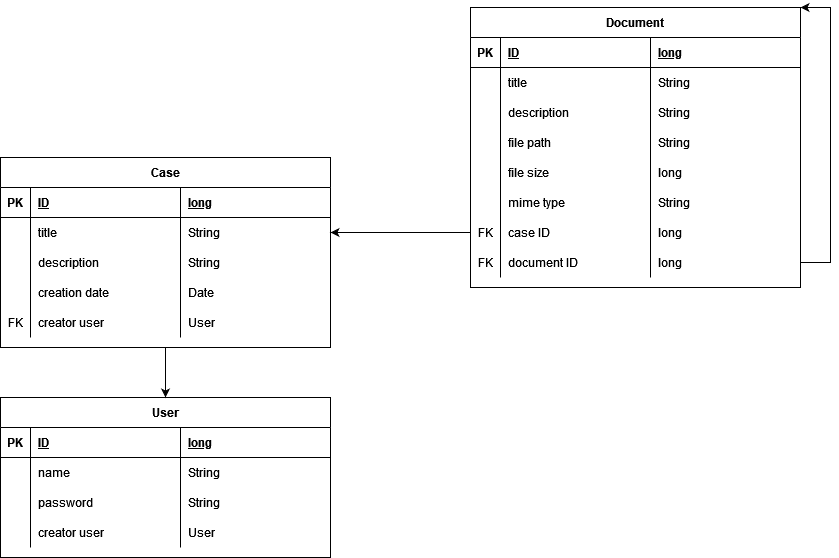
The draw.io diagram Models/models.drawio.png in EvalVis/Data-storage-simulator, before a commit. Source tidied: cells renumbered, new cells last; positions are measured from the earlier drawing's top-left corner, leaving out a move shared by most shapes.
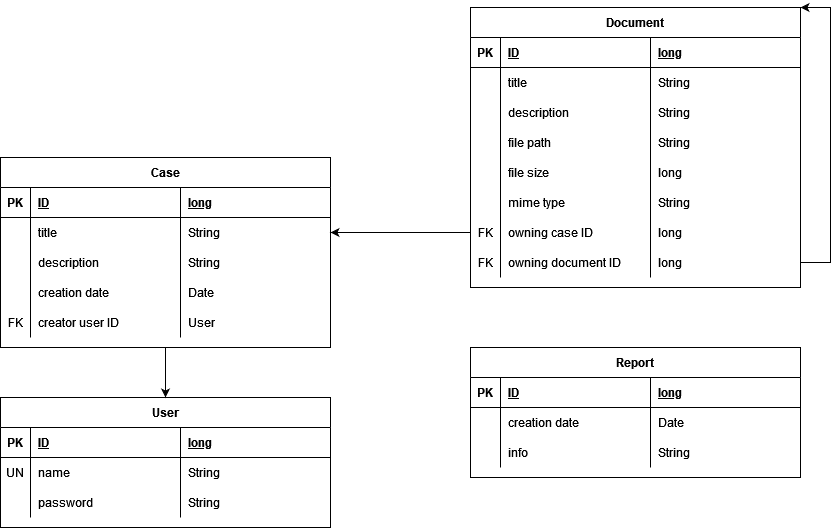
Above is the later version.

What changed in the source:
```diff
@@ -59,7 +59,7 @@
     <mxCell id="20" value="FK" style="shape=partialRectangle;fillColor=none;top=0;left=0;bottom=0;right=0;overflow=hidden;" parent="19" vertex="1">
       <mxGeometry width="30" height="30" as="geometry" />
     </mxCell>
-    <mxCell id="21" value="creator user" style="shape=partialRectangle;fillColor=none;top=0;left=0;bottom=0;right=0;align=left;spacingLeft=6;overflow=hidden;" parent="19" vertex="1">
+    <mxCell id="21" value="creator user ID" style="shape=partialRectangle;fillColor=none;top=0;left=0;bottom=0;right=0;align=left;spacingLeft=6;overflow=hidden;" parent="19" vertex="1">
       <mxGeometry x="30" width="150" height="30" as="geometry" />
     </mxCell>
     <mxCell id="22" value="User" style="shape=partialRectangle;fillColor=none;top=0;left=0;bottom=0;right=0;align=left;spacingLeft=6;overflow=hidden;" parent="19" vertex="1">
@@ -146,7 +146,7 @@
     <mxCell id="49" value="FK" style="shape=partialRectangle;fillColor=none;top=0;left=0;bottom=0;right=0;overflow=hidden;" parent="48" vertex="1">
       <mxGeometry width="30" height="30" as="geometry" />
     </mxCell>
-    <mxCell id="50" value="case ID" style="shape=partialRectangle;fillColor=none;top=0;left=0;bottom=0;right=0;align=left;spacingLeft=6;overflow=hidden;" parent="48" vertex="1">
+    <mxCell id="50" value="owning case ID" style="shape=partialRectangle;fillColor=none;top=0;left=0;bottom=0;right=0;align=left;spacingLeft=6;overflow=hidden;" parent="48" vertex="1">
       <mxGeometry x="30" width="150" height="30" as="geometry" />
     </mxCell>
     <mxCell id="51" value="long" style="shape=partialRectangle;fillColor=none;top=0;left=0;bottom=0;right=0;align=left;spacingLeft=6;overflow=hidden;" parent="48" vertex="1">
@@ -158,7 +158,7 @@
     <mxCell id="53" value="FK" style="shape=partialRectangle;fillColor=none;top=0;left=0;bottom=0;right=0;overflow=hidden;" parent="52" vertex="1">
       <mxGeometry width="30" height="30" as="geometry" />
     </mxCell>
-    <mxCell id="54" value="document ID" style="shape=partialRectangle;fillColor=none;top=0;left=0;bottom=0;right=0;align=left;spacingLeft=6;overflow=hidden;" parent="52" vertex="1">
+    <mxCell id="54" value="owning document ID" style="shape=partialRectangle;fillColor=none;top=0;left=0;bottom=0;right=0;align=left;spacingLeft=6;overflow=hidden;" parent="52" vertex="1">
       <mxGeometry x="30" width="150" height="30" as="geometry" />
     </mxCell>
     <mxCell id="55" value="long" style="shape=partialRectangle;fillColor=none;top=0;left=0;bottom=0;right=0;align=left;spacingLeft=6;overflow=hidden;" parent="52" vertex="1">
@@ -176,7 +176,7 @@
       <mxGeometry relative="1" as="geometry" />
     </mxCell>
     <mxCell id="58" value="User" style="shape=table;startSize=30;rowLines=0;fontStyle=1;align=center;" parent="1" vertex="1">
-      <mxGeometry y="390" width="330" height="160" as="geometry" />
+      <mxGeometry y="390" width="330" height="130" as="geometry" />
     </mxCell>
     <mxCell id="59" style="shape=tableRow;horizontal=0;startSize=0;swimlaneHead=0;swimlaneBody=0;fillColor=none;top=0;left=0;right=0;bottom=1;" parent="58" vertex="1">
       <mxGeometry y="30" width="330" height="30" as="geometry" />
@@ -193,7 +193,7 @@
     <mxCell id="63" style="shape=tableRow;horizontal=0;startSize=0;swimlaneHead=0;swimlaneBody=0;fillColor=none;top=0;left=0;right=0;bottom=0;" parent="58" vertex="1">
       <mxGeometry y="60" width="330" height="30" as="geometry" />
     </mxCell>
-    <mxCell id="64" style="shape=partialRectangle;fillColor=none;top=0;left=0;bottom=0;right=0;overflow=hidden;" parent="63" vertex="1">
+    <mxCell id="64" value="UN" style="shape=partialRectangle;fillColor=none;top=0;left=0;bottom=0;right=0;overflow=hidden;" parent="63" vertex="1">
       <mxGeometry width="30" height="30" as="geometry" />
     </mxCell>
     <mxCell id="65" value="name" style="shape=partialRectangle;fillColor=none;top=0;left=0;bottom=0;right=0;align=left;spacingLeft=6;overflow=hidden;" parent="63" vertex="1">
@@ -214,20 +214,47 @@
     <mxCell id="70" value="String" style="shape=partialRectangle;fillColor=none;top=0;left=0;bottom=0;right=0;align=left;spacingLeft=6;overflow=hidden;" parent="67" vertex="1">
       <mxGeometry x="180" width="150" height="30" as="geometry" />
     </mxCell>
-    <mxCell id="71" style="shape=tableRow;horizontal=0;startSize=0;swimlaneHead=0;swimlaneBody=0;fillColor=none;top=0;left=0;right=0;bottom=0;" parent="58" vertex="1">
-      <mxGeometry y="120" width="330" height="30" as="geometry" />
-    </mxCell>
-    <mxCell id="72" style="shape=partialRectangle;fillColor=none;top=0;left=0;bottom=0;right=0;overflow=hidden;" parent="71" vertex="1">
-      <mxGeometry width="30" height="30" as="geometry" />
-    </mxCell>
-    <mxCell id="73" value="creator user" style="shape=partialRectangle;fillColor=none;top=0;left=0;bottom=0;right=0;align=left;spacingLeft=6;overflow=hidden;" parent="71" vertex="1">
-      <mxGeometry x="30" width="150" height="30" as="geometry" />
-    </mxCell>
-    <mxCell id="74" value="User" style="shape=partialRectangle;fillColor=none;top=0;left=0;bottom=0;right=0;align=left;spacingLeft=6;overflow=hidden;" parent="71" vertex="1">
-      <mxGeometry x="180" width="150" height="30" as="geometry" />
-    </mxCell>
     <mxCell id="75" style="endArrow=classic;html=1;rounded=0;exitX=0.5;exitY=1;exitDx=0;exitDy=0;entryX=0.5;entryY=0;entryDx=0;entryDy=0;" parent="1" edge="1" source="2" target="58">
       <mxGeometry relative="1" as="geometry" />
     </mxCell>
+    <mxCell id="76" value="Report" style="shape=table;startSize=30;rowLines=0;fontStyle=1;align=center;" parent="1" vertex="1">
+      <mxGeometry x="470" y="340" width="330" height="130" as="geometry" />
+    </mxCell>
+    <mxCell id="77" style="shape=tableRow;horizontal=0;startSize=0;swimlaneHead=0;swimlaneBody=0;fillColor=none;top=0;left=0;right=0;bottom=1;" parent="76" vertex="1">
+      <mxGeometry y="30" width="330" height="30" as="geometry" />
+    </mxCell>
+    <mxCell id="78" value="PK" style="shape=partialRectangle;fillColor=none;top=0;left=0;bottom=0;right=0;fontStyle=1;overflow=hidden;" parent="77" vertex="1">
+      <mxGeometry width="30" height="30" as="geometry" />
+    </mxCell>
+    <mxCell id="79" value="ID" style="shape=partialRectangle;fillColor=none;top=0;left=0;bottom=0;right=0;align=left;spacingLeft=6;fontStyle=5;overflow=hidden;" parent="77" vertex="1">
+      <mxGeometry x="30" width="150" height="30" as="geometry" />
+    </mxCell>
+    <mxCell id="80" value="long" style="shape=partialRectangle;fillColor=none;top=0;left=0;bottom=0;right=0;align=left;spacingLeft=6;fontStyle=5;overflow=hidden;" parent="77" vertex="1">
+      <mxGeometry x="180" width="150" height="30" as="geometry" />
+    </mxCell>
+    <mxCell id="81" style="shape=tableRow;horizontal=0;startSize=0;swimlaneHead=0;swimlaneBody=0;fillColor=none;top=0;left=0;right=0;bottom=0;" parent="76" vertex="1">
+      <mxGeometry y="60" width="330" height="30" as="geometry" />
+    </mxCell>
+    <mxCell id="82" style="shape=partialRectangle;fillColor=none;top=0;left=0;bottom=0;right=0;overflow=hidden;" parent="81" vertex="1">
+      <mxGeometry width="30" height="30" as="geometry" />
+    </mxCell>
+    <mxCell id="83" value="creation date" style="shape=partialRectangle;fillColor=none;top=0;left=0;bottom=0;right=0;align=left;spacingLeft=6;overflow=hidden;" parent="81" vertex="1">
+      <mxGeometry x="30" width="150" height="30" as="geometry" />
+    </mxCell>
+    <mxCell id="84" value="Date" style="shape=partialRectangle;fillColor=none;top=0;left=0;bottom=0;right=0;align=left;spacingLeft=6;overflow=hidden;" parent="81" vertex="1">
+      <mxGeometry x="180" width="150" height="30" as="geometry" />
+    </mxCell>
+    <mxCell id="85" style="shape=tableRow;horizontal=0;startSize=0;swimlaneHead=0;swimlaneBody=0;fillColor=none;top=0;left=0;right=0;bottom=0;" parent="76" vertex="1">
+      <mxGeometry y="90" width="330" height="30" as="geometry" />
+    </mxCell>
+    <mxCell id="86" style="shape=partialRectangle;fillColor=none;top=0;left=0;bottom=0;right=0;overflow=hidden;" parent="85" vertex="1">
+      <mxGeometry width="30" height="30" as="geometry" />
+    </mxCell>
+    <mxCell id="87" value="info" style="shape=partialRectangle;fillColor=none;top=0;left=0;bottom=0;right=0;align=left;spacingLeft=6;overflow=hidden;" parent="85" vertex="1">
+      <mxGeometry x="30" width="150" height="30" as="geometry" />
+    </mxCell>
+    <mxCell id="88" value="String" style="shape=partialRectangle;fillColor=none;top=0;left=0;bottom=0;right=0;align=left;spacingLeft=6;overflow=hidden;" parent="85" vertex="1">
+      <mxGeometry x="180" width="150" height="30" as="geometry" />
+    </mxCell>
   </root>
 </mxGraphModel>
```
